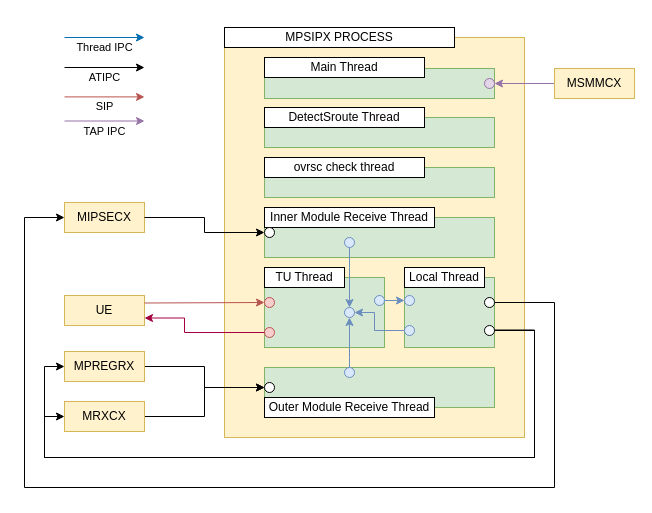
JaeHyeon774/NEWTIL keeps this draw.io diagram as page "MPSIPX" (1 of 5) of MPSIPX.drawio. Above is the earlier version. Source tidied: cells renumbered, new cells numbered last; positions are measured from the earlier drawing's top-left corner, leaving out a move shared by most shapes. Both pictures are drawn from the tidied source at 100%, with x=0, y=0 at pixel (24, 27).
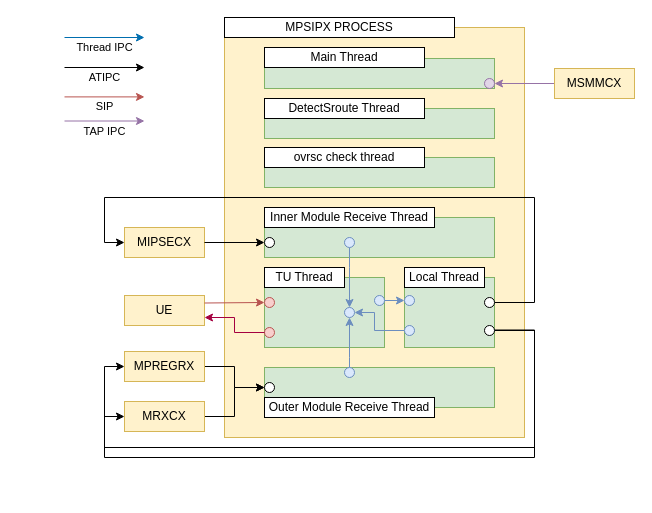
The same page after the edit.

The change refers to these unchanged cells:
```xml
<mxCell id="4" style="rounded=0;whiteSpace=wrap;html=1;fillColor=#d5e8d4;strokeColor=#82b366;" parent="1" vertex="1">
  <mxGeometry x="380" y="250" width="90" height="70" as="geometry" />
</mxCell>
<mxCell id="30" style="ellipse;whiteSpace=wrap;html=1;fillColor=#f8cecc;strokeColor=#b85450;" parent="1" vertex="1">
  <mxGeometry x="240" y="300" width="10" height="10" as="geometry" />
</mxCell>
<mxCell id="41" style="ellipse;whiteSpace=wrap;html=1;" parent="1" vertex="1">
  <mxGeometry x="460" y="270" width="10" height="10" as="geometry" />
</mxCell>
<mxCell id="52" style="ellipse;whiteSpace=wrap;html=1;" parent="1" vertex="1">
  <mxGeometry x="460" y="298" width="10" height="10" as="geometry" />
</mxCell>
```

Diff of the diagram source:
```diff
@@
     <mxCell id="2" style="rounded=0;whiteSpace=wrap;html=1;fillColor=#fff2cc;strokeColor=#d6b656;" parent="1" vertex="1">
-      <mxGeometry x="200" y="10" width="300" height="400" as="geometry" />
+      <mxGeometry x="200" width="300" height="410" as="geometry" />
     </mxCell>
     <mxCell id="3" style="edgeStyle=orthogonalEdgeStyle;rounded=0;jettySize=auto;html=1;exitX=1;exitY=0.75;exitDx=0;exitDy=0;entryX=0;entryY=0.5;entryDx=0;entryDy=0;" parent="1" edge="1" source="4" target="17">
       <mxGeometry relative="1" as="geometry">
         <Array as="points">
           <mxPoint x="510" y="303" />
           <mxPoint x="510" y="430" />
-          <mxPoint x="20" y="430" />
-          <mxPoint x="20" y="389" />
+          <mxPoint x="80" y="430" />
+          <mxPoint x="80" y="389" />
         </Array>
       </mxGeometry>
     </mxCell>
@@
     <mxCell id="6" value="MPSIPX PROCESS" style="rounded=0;whiteSpace=wrap;html=1;" parent="1" vertex="1">
-      <mxGeometry x="200" width="230" height="20" as="geometry" />
+      <mxGeometry x="200" y="-10" width="230" height="20" as="geometry" />
     </mxCell>
     <mxCell id="7" style="rounded=0;whiteSpace=wrap;html=1;fillColor=#d5e8d4;strokeColor=#82b366;" parent="1" vertex="1">
-      <mxGeometry x="240" y="41" width="230" height="30" as="geometry" />
+      <mxGeometry x="240" y="31" width="230" height="30" as="geometry" />
     </mxCell>
     <mxCell id="8" style="rounded=0;whiteSpace=wrap;html=1;fillColor=#d5e8d4;strokeColor=#82b366;" parent="1" vertex="1">
-      <mxGeometry x="240" y="90" width="230" height="30" as="geometry" />
+      <mxGeometry x="240" y="81" width="230" height="30" as="geometry" />
     </mxCell>
@@
     <mxCell id="13" value="MIPSECX" style="rounded=0;whiteSpace=wrap;html=1;fillColor=#fff2cc;strokeColor=#d6b656;" parent="1" vertex="1">
-      <mxGeometry x="40" y="175" width="80" height="30" as="geometry" />
+      <mxGeometry x="100" y="200" width="80" height="30" as="geometry" />
     </mxCell>
@@
     <mxCell id="15" value="MPREGRX" style="rounded=0;whiteSpace=wrap;html=1;fillColor=#fff2cc;strokeColor=#d6b656;" parent="1" vertex="1">
-      <mxGeometry x="40" y="324" width="80" height="30" as="geometry" />
+      <mxGeometry x="100" y="324" width="80" height="30" as="geometry" />
     </mxCell>
@@
     <mxCell id="17" value="MRXCX" style="rounded=0;whiteSpace=wrap;html=1;fillColor=#fff2cc;strokeColor=#d6b656;" parent="1" vertex="1">
-      <mxGeometry x="40" y="374" width="80" height="30" as="geometry" />
+      <mxGeometry x="100" y="374" width="80" height="30" as="geometry" />
     </mxCell>
@@
     <mxCell id="20" value="UE" style="rounded=0;whiteSpace=wrap;html=1;fillColor=#fff2cc;strokeColor=#d6b656;" parent="1" vertex="1">
-      <mxGeometry x="40" y="268" width="80" height="30" as="geometry" />
+      <mxGeometry x="100" y="268" width="80" height="30" as="geometry" />
     </mxCell>
@@
-    <mxCell id="24" style="edgeStyle=orthogonalEdgeStyle;rounded=0;jettySize=auto;html=1;exitX=1;exitY=0.5;exitDx=0;exitDy=0;" parent="1" edge="1" source="13" target="26">
+    <mxCell id="24" style="edgeStyle=orthogonalEdgeStyle;rounded=0;jettySize=auto;html=1;exitX=1;exitY=0.5;exitDx=0;exitDy=0;entryX=0;entryY=0.5;entryDx=0;entryDy=0;" parent="1" edge="1" source="13" target="26">
       <mxGeometry relative="1" as="geometry" />
     </mxCell>
@@
     <mxCell id="26" style="ellipse;whiteSpace=wrap;html=1;" parent="1" vertex="1">
-      <mxGeometry x="240" y="200" width="10" height="10" as="geometry" />
+      <mxGeometry x="240" y="210" width="10" height="10" as="geometry" />
     </mxCell>
@@
-    <mxCell id="31" style="edgeStyle=orthogonalEdgeStyle;rounded=0;jettySize=auto;html=1;exitX=0;exitY=0.5;exitDx=0;exitDy=0;entryX=1;entryY=0.75;entryDx=0;entryDy=0;fillColor=#d80073;strokeColor=#A50040;startArrow=none;startFill=0;" parent="1" edge="1" source="30" target="20">
+    <mxCell id="31" style="edgeStyle=orthogonalEdgeStyle;rounded=0;jettySize=auto;html=1;exitX=0;exitY=0.5;exitDx=0;exitDy=0;fillColor=#d80073;strokeColor=#A50040;startArrow=none;startFill=0;" parent="1" edge="1" source="30">
       <mxGeometry relative="1" as="geometry">
+        <mxPoint x="180" y="290" as="targetPoint" />
         <Array as="points">
-          <mxPoint x="160" y="305" />
-          <mxPoint x="160" y="290" />
+          <mxPoint x="210" y="305" />
+          <mxPoint x="210" y="290" />
         </Array>
       </mxGeometry>
     </mxCell>
@@
     <mxCell id="38" value="DetectSroute Thread" style="rounded=0;whiteSpace=wrap;html=1;" parent="1" vertex="1">
-      <mxGeometry x="240" y="80" width="160" height="20" as="geometry" />
+      <mxGeometry x="240" y="71" width="160" height="20" as="geometry" />
     </mxCell>
     <mxCell id="39" value="Main Thread" style="rounded=0;whiteSpace=wrap;html=1;" parent="1" vertex="1">
-      <mxGeometry x="240" y="30" width="160" height="20" as="geometry" />
+      <mxGeometry x="240" y="20" width="160" height="20" as="geometry" />
     </mxCell>
     <mxCell id="40" style="edgeStyle=orthogonalEdgeStyle;rounded=0;jettySize=auto;html=1;exitX=1;exitY=0.5;exitDx=0;exitDy=0;entryX=0;entryY=0.5;entryDx=0;entryDy=0;" parent="1" edge="1" source="41" target="13">
       <mxGeometry relative="1" as="geometry">
         <Array as="points">
-          <mxPoint x="530" y="275" />
-          <mxPoint x="530" y="460" />
-          <mxPoint y="460" />
-          <mxPoint y="190" />
+          <mxPoint x="510" y="275" />
+          <mxPoint x="510" y="170" />
+          <mxPoint x="80" y="170" />
+          <mxPoint x="80" y="215" />
         </Array>
       </mxGeometry>
     </mxCell>
@@
     <mxCell id="42" style="rounded=0;whiteSpace=wrap;html=1;fillColor=#d5e8d4;strokeColor=#82b366;" parent="1" vertex="1">
-      <mxGeometry x="240" y="140" width="230" height="30" as="geometry" />
+      <mxGeometry x="240" y="130" width="230" height="30" as="geometry" />
     </mxCell>
     <mxCell id="43" value="ovrsc check thread" style="rounded=0;whiteSpace=wrap;html=1;" parent="1" vertex="1">
-      <mxGeometry x="240" y="130" width="160" height="20" as="geometry" />
+      <mxGeometry x="240" y="120" width="160" height="20" as="geometry" />
     </mxCell>
@@
     <mxCell id="51" style="edgeStyle=orthogonalEdgeStyle;rounded=0;jettySize=auto;html=1;exitX=1;exitY=0.5;exitDx=0;exitDy=0;entryX=0;entryY=0.5;entryDx=0;entryDy=0;" parent="1" edge="1" source="52" target="15">
       <mxGeometry relative="1" as="geometry">
         <Array as="points">
           <mxPoint x="510" y="303" />
-          <mxPoint x="510" y="430" />
-          <mxPoint x="20" y="430" />
-          <mxPoint x="20" y="339" />
+          <mxPoint x="510" y="420" />
+          <mxPoint x="80" y="420" />
+          <mxPoint x="80" y="339" />
         </Array>
       </mxGeometry>
     </mxCell>
```
